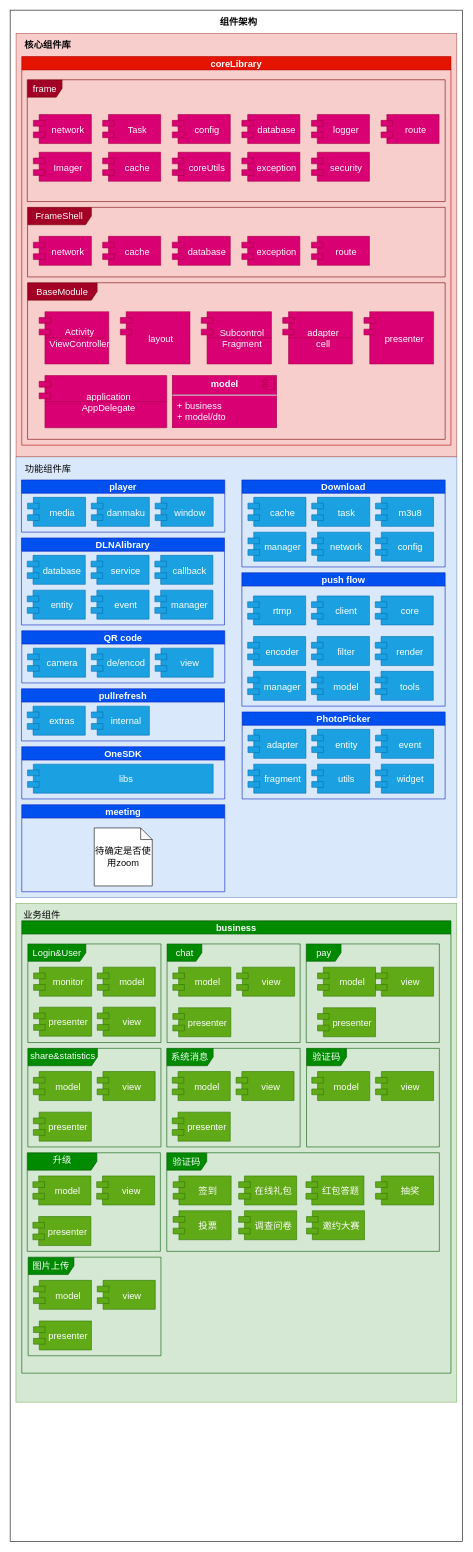
mengzhuSDK/diagram keeps this draw.io diagram as 架构设计/未命名绘图.drawio. Above is the earlier version. Source tidied: cells renumbered, new cells numbered last; positions are measured from the earlier drawing's top-left corner, leaving out a move shared by most shapes. Both pictures are drawn from the tidied source at 58%, with x=0, y=0 at pixel (10, 10).
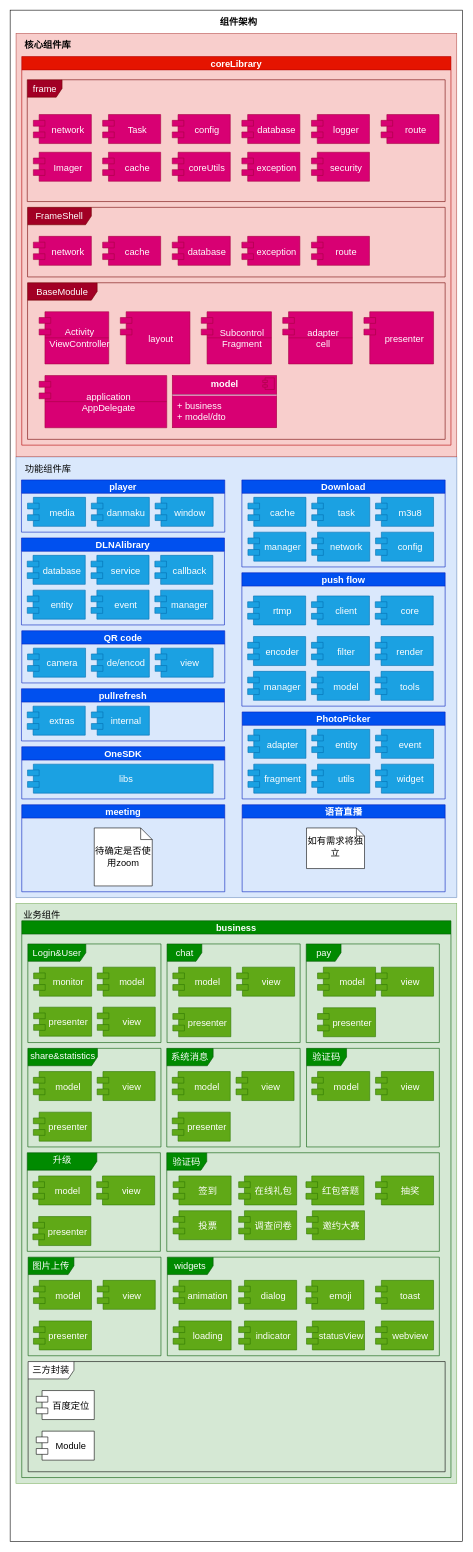
The same diagram, later.

Commit message:
更新未命名绘图.drawio

Diff of the diagram source:
```diff
@@
     <mxCell id="50" style="rounded=0;whiteSpace=wrap;html=1;fontSize=16;fillColor=#d5e8d4;strokeColor=#82b366;" parent="1" vertex="1">
-      <mxGeometry x="10" y="1540" width="760" height="860" as="geometry" />
+      <mxGeometry x="10" y="1540" width="760" height="1000" as="geometry" />
     </mxCell>
@@
     <mxCell id="52" value="business" style="swimlane;fontSize=16;html=0;fillColor=#008a00;strokeColor=#005700;fontColor=#ffffff;" parent="1" vertex="1">
-      <mxGeometry x="20" y="1570" width="740" height="780" as="geometry" />
+      <mxGeometry x="20" y="1570" width="740" height="960" as="geometry" />
     </mxCell>
@@
+    <mxCell id="129" value="widgets" style="shape=umlFrame;whiteSpace=wrap;html=1;fontSize=16;width=79;height=30;fillColor=#008a00;strokeColor=#005700;fontColor=#ffffff;" parent="52" vertex="1">
+      <mxGeometry x="251" y="580" width="469" height="170" as="geometry" />
+    </mxCell>
+    <mxCell id="130" value="animation" style="shape=module;align=left;spacingLeft=20;align=center;verticalAlign=middle;fontSize=16;fillColor=#60a917;strokeColor=#2D7600;fontColor=#ffffff;" parent="52" vertex="1">
+      <mxGeometry x="261" y="620" width="100" height="50" as="geometry" />
+    </mxCell>
+    <mxCell id="131" value="dialog" style="shape=module;align=left;spacingLeft=20;align=center;verticalAlign=middle;fontSize=16;fillColor=#60a917;strokeColor=#2D7600;fontColor=#ffffff;" parent="52" vertex="1">
+      <mxGeometry x="374" y="620" width="100" height="50" as="geometry" />
+    </mxCell>
+    <mxCell id="132" value="emoji" style="shape=module;align=left;spacingLeft=20;align=center;verticalAlign=middle;fontSize=16;fillColor=#60a917;strokeColor=#2D7600;fontColor=#ffffff;" parent="52" vertex="1">
+      <mxGeometry x="490" y="620" width="100" height="50" as="geometry" />
+    </mxCell>
+    <mxCell id="133" value="toast" style="shape=module;align=left;spacingLeft=20;align=center;verticalAlign=middle;fontSize=16;fillColor=#60a917;strokeColor=#2D7600;fontColor=#ffffff;" parent="52" vertex="1">
+      <mxGeometry x="610" y="620" width="100" height="50" as="geometry" />
+    </mxCell>
+    <mxCell id="134" value="loading" style="shape=module;align=left;spacingLeft=20;align=center;verticalAlign=middle;fontSize=16;fillColor=#60a917;strokeColor=#2D7600;fontColor=#ffffff;" parent="52" vertex="1">
+      <mxGeometry x="261" y="690" width="100" height="50" as="geometry" />
+    </mxCell>
+    <mxCell id="135" value="indicator" style="shape=module;align=left;spacingLeft=20;align=center;verticalAlign=middle;fontSize=16;fillColor=#60a917;strokeColor=#2D7600;fontColor=#ffffff;" parent="52" vertex="1">
+      <mxGeometry x="374" y="690" width="100" height="50" as="geometry" />
+    </mxCell>
+    <mxCell id="136" value="statusView" style="shape=module;align=left;spacingLeft=20;align=center;verticalAlign=middle;fontSize=16;fillColor=#60a917;strokeColor=#2D7600;fontColor=#ffffff;" parent="52" vertex="1">
+      <mxGeometry x="491" y="690" width="100" height="50" as="geometry" />
+    </mxCell>
+    <mxCell id="137" value="webview" style="shape=module;align=left;spacingLeft=20;align=center;verticalAlign=middle;fontSize=16;fillColor=#60a917;strokeColor=#2D7600;fontColor=#ffffff;" parent="52" vertex="1">
+      <mxGeometry x="610" y="690" width="100" height="50" as="geometry" />
+    </mxCell>
+    <mxCell id="138" value="三方封装" style="shape=umlFrame;whiteSpace=wrap;html=1;fontSize=16;width=79;height=30;" parent="52" vertex="1">
+      <mxGeometry x="11" y="760" width="719" height="190" as="geometry" />
+    </mxCell>
+    <mxCell id="139" value="百度定位" style="shape=module;align=left;spacingLeft=20;align=center;verticalAlign=middle;fontSize=16;" parent="52" vertex="1">
+      <mxGeometry x="25" y="810" width="100" height="50" as="geometry" />
+    </mxCell>
+    <mxCell id="140" value="Module" style="shape=module;align=left;spacingLeft=20;align=center;verticalAlign=middle;fontSize=16;" parent="52" vertex="1">
+      <mxGeometry x="25" y="880" width="100" height="50" as="geometry" />
+    </mxCell>
@@
+    <mxCell id="141" value="语音直播" style="swimlane;fontSize=16;fillColor=#0050ef;strokeColor=#001DBC;fontColor=#ffffff;" parent="1" vertex="1">
+      <mxGeometry x="400" y="1370" width="350" height="150" as="geometry" />
+    </mxCell>
+    <mxCell id="142" value="如有需求将独立" style="shape=note;whiteSpace=wrap;html=1;size=14;verticalAlign=middle;align=center;spacingTop=-6;fontSize=16;" parent="141" vertex="1">
+      <mxGeometry x="111" y="40" width="100" height="70" as="geometry" />
+    </mxCell>
```
